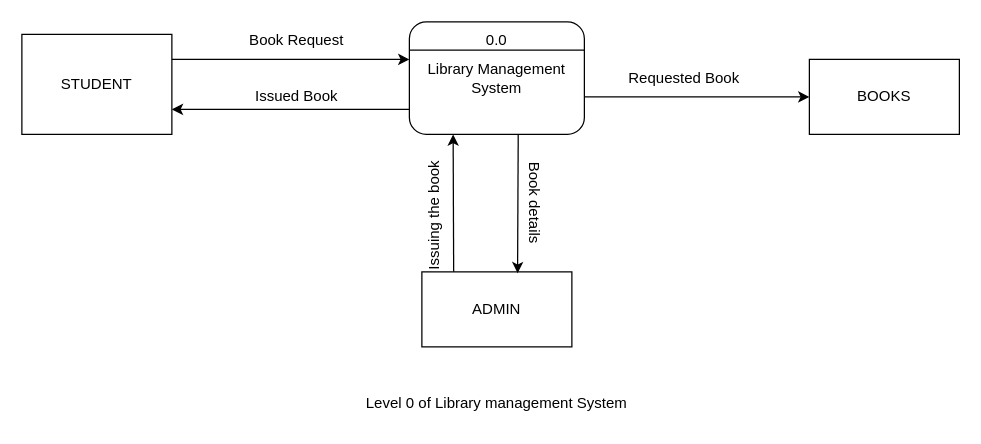
ShouryaBrahmastra/DFD keeps this draw.io diagram as DFD library management system level 0.drawio. Above is the earlier version. Source tidied: cells renumbered, new cells numbered last; positions are measured from the earlier drawing's top-left corner, leaving out a move shared by most shapes. Both pictures are drawn from the tidied source at 125%, with x=0, y=0 at pixel (21, 21).
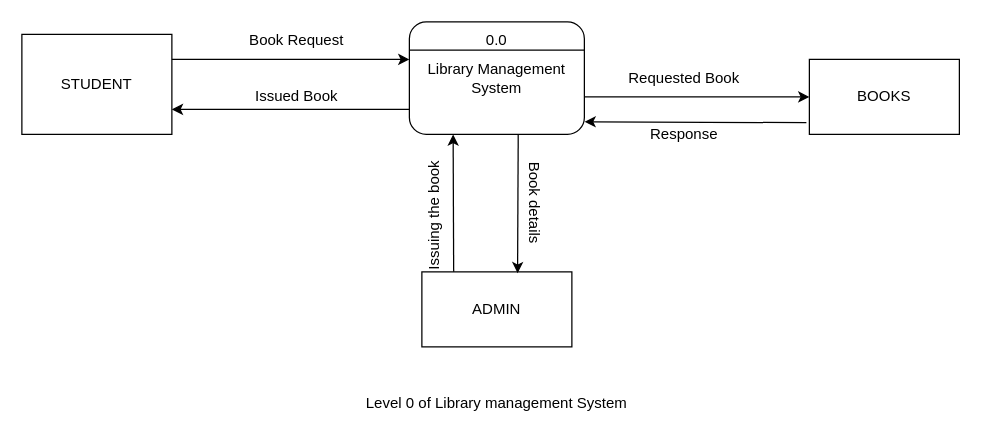
After the change.

The change refers to these unchanged cells:
```xml
<mxCell id="3" value="BOOKS" style="rounded=0;whiteSpace=wrap;html=1;" parent="1" vertex="1">
  <mxGeometry x="630" y="30" width="120" height="60" as="geometry" />
</mxCell>
<mxCell id="8" value="Library Management System" style="rounded=1;whiteSpace=wrap;html=1;" parent="1" vertex="1">
  <mxGeometry x="310" width="140" height="90" as="geometry" />
</mxCell>
```

What changed in the source:
```diff
@@
+    <mxCell id="19" style="endArrow=classic;html=1;rounded=0;entryX=1.001;entryY=0.888;entryDx=0;entryDy=0;entryPerimeter=0;exitX=-0.02;exitY=0.844;exitDx=0;exitDy=0;exitPerimeter=0;" parent="1" edge="1" source="3" target="8">
+      <mxGeometry relative="1" as="geometry" />
+    </mxCell>
+    <mxCell id="20" value="Response" style="text;html=1;strokeColor=none;fillColor=none;align=center;verticalAlign=middle;whiteSpace=wrap;rounded=0;" parent="1" vertex="1">
+      <mxGeometry x="500" y="75" width="60" height="30" as="geometry" />
+    </mxCell>
```
